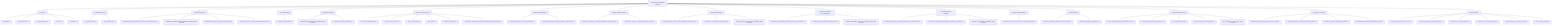
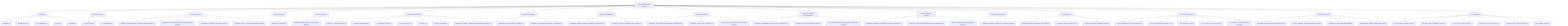
graph TD
    root["ToneSoul Documentation Authority"]
    root --> entrypoints["Entry Points"]
    entrypoints --> entrypoints_1["README.md"]
    entrypoints --> entrypoints_2["README.zh-TW.md"]
    entrypoints --> entrypoints_3["AI_ONBOARDING.md"]
    entrypoints --> entrypoints_4["INDEX.md"]
    entrypoints --> entrypoints_5["README.md"]
    root --> ai_operational_guides["AI Operational Guides"]
    ai_operational_guides --> ai_operational_guides_1["AI_QUICKSTART.md"]
    ai_operational_guides --> ai_operational_guides_2["AI_REFERENCE.md"]
    root --> canonical_architecture["Canonical Architecture"]
    canonical_architecture --> canonical_architecture_1["TONESOUL_EXTERNALIZED_COGNITIVE_ARCHITECTURE.md"]
    canonical_architecture --> canonical_architecture_2["TONESOUL_ARCHITECTURE_MEMORY_ANCHOR_2026-03-22.md"]
    canonical_architecture --> canonical_architecture_3["KNOWLEDGE_SURFACES_BOUNDARY_MAP.md"]
    canonical_architecture --> canonical_architecture_4["TONESOUL_EIGHT_LAYER_CONVERGENCE_MAP.md"]
    root --> deep_system_maps["Deep System Maps"]
    deep_system_maps --> deep_system_maps_1["TONESOUL_ANATOMY.md"]
    root --> interpretive_readings["Interpretive Readings"]
    interpretive_readings --> interpretive_readings_1["TONESOUL_DEEP_READING_ANCHOR_2026-03-26.md"]
    interpretive_readings --> interpretive_readings_2["TONESOUL_CODEX_READING.md"]
    root --> governance_execution["Governance And Execution"]
    governance_execution --> governance_execution_1["7D_AUDIT_FRAMEWORK.md"]
    governance_execution --> governance_execution_2["7D_EXECUTION_SPEC.md"]
    governance_execution --> governance_execution_3["AUDIT_CONTRACT.md"]
    governance_execution --> governance_execution_4["API_SPEC.md"]
    governance_execution --> governance_execution_5["COUNCIL_RUNTIME.md"]
    governance_execution --> governance_execution_6["TONESOUL_SHARED_R_MEMORY_OPERATIONS_CONTRACT.md"]
    root --> claim_authority_distillation["Claim Authority Distillation"]
    claim_authority_distillation --> claim_authority_distillation_1["TONESOUL_CLAIM_AUTHORITY_MATRIX.md"]
    claim_authority_distillation --> claim_authority_distillation_2["TONESOUL_LAW_RUNTIME_BOUNDARY_CONTRACT.md"]
    root --> subject_refresh_boundaries["Subject Refresh Boundaries"]
    subject_refresh_boundaries --> subject_refresh_boundaries_1["TONESOUL_SUBJECT_REFRESH_BOUNDARY_CONTRACT.md"]
    subject_refresh_boundaries --> subject_refresh_boundaries_2["TONESOUL_SUBJECT_SNAPSHOT_FIELD_LANES.md"]
    root --> control_plane_discipline["Control Plane Discipline"]
    control_plane_discipline --> control_plane_discipline_1["TONESOUL_TASK_TRACK_AND_READINESS_CONTRACT.md"]
    control_plane_discipline --> control_plane_discipline_2["TONESOUL_PLAN_DELTA_CONTRACT.md"]
    control_plane_discipline --> control_plane_discipline_3["tonesoul_control_plane_followup_candidates_2026-03-28.md"]
    root --> observable_shell_and_axiom_boundaries["Observable-Shell And Axiom Boundaries"]
    observable_shell_and_axiom_boundaries --> observable_shell_and_axiom_boundaries_1["TONESOUL_OBSERVABLE_SHELL_OPACITY_CONTRACT.md"]
    observable_shell_and_axiom_boundaries --> observable_shell_and_axiom_boundaries_2["TONESOUL_AXIOM_FALSIFICATION_MAP.md"]
    observable_shell_and_axiom_boundaries --> observable_shell_and_axiom_boundaries_3["tonesoul_observability_and_axiom_adoption_review_2026-03-28.md"]
    root --> council_deliberation_discipline["Council Deliberation Discipline"]
    council_deliberation_discipline --> council_deliberation_discipline_1["TONESOUL_COUNCIL_DOSSIER_AND_DISSENT_CONTRACT.md"]
    council_deliberation_discipline --> council_deliberation_discipline_2["TONESOUL_ADAPTIVE_DELIBERATION_MODE_CONTRACT.md"]
    council_deliberation_discipline --> council_deliberation_discipline_3["tonesoul_council_followup_candidates_2026-03-28.md"]
    root --> context_continuity_adoption["Context Continuity Adoption"]
    context_continuity_adoption --> context_continuity_adoption_1["TONESOUL_CONTEXT_CONTINUITY_ADOPTION_MAP.md"]
    root --> prompt_discipline_skeleton["Prompt Discipline"]
    prompt_discipline_skeleton --> prompt_discipline_skeleton_1["TONESOUL_PROMPT_DISCIPLINE_SKELETON.md"]
    prompt_discipline_skeleton --> prompt_discipline_skeleton_2["TONESOUL_PROMPT_VARIANTS.md"]
+     prompt_discipline_skeleton --> prompt_discipline_skeleton_3["TONESOUL_PROMPT_STARTER_CARDS.md"]
    root --> doc_governance["Documentation Governance"]
    doc_governance --> doc_governance_1["DOCS_INFORMATION_ARCHITECTURE_v1.md"]
    doc_governance --> doc_governance_2["DOCS_CLASSIFICATION_LEDGER_v1.md"]
    doc_governance --> doc_governance_3["FILE_PURPOSE_MAP.md"]
    doc_governance --> doc_governance_4["doc_convergence_inventory_latest.json"]
    doc_governance --> doc_governance_5["doc_convergence_cleanup_plan_2026-03-22.md"]
    root --> convergence_contracts["Convergence Contracts"]
    convergence_contracts --> convergence_contracts_1["BASENAME_DIVERGENCE_DISTILLATION_MAP.md"]
    convergence_contracts --> convergence_contracts_2["PRIVATE_MEMORY_SHADOW_BOUNDARY_MAP.md"]
    convergence_contracts --> convergence_contracts_3["PARADOX_FIXTURE_OWNERSHIP_MAP.md"]
    convergence_contracts --> convergence_contracts_4["ENGINEERING_MIRROR_OWNERSHIP_MAP.md"]
    root --> generated_status["Generated Status"]
    generated_status --> generated_status_1["doc_convergence_inventory_latest.json"]
    generated_status --> generated_status_2["basename_divergence_distillation_latest.json"]
    generated_status --> generated_status_3["private_memory_shadow_latest.json"]
    generated_status --> generated_status_4["paradox_fixture_ownership_latest.json"]
    generated_status --> generated_status_5["engineering_mirror_ownership_latest.json"]
    generated_status --> generated_status_6["claim_authority_latest.json"]
